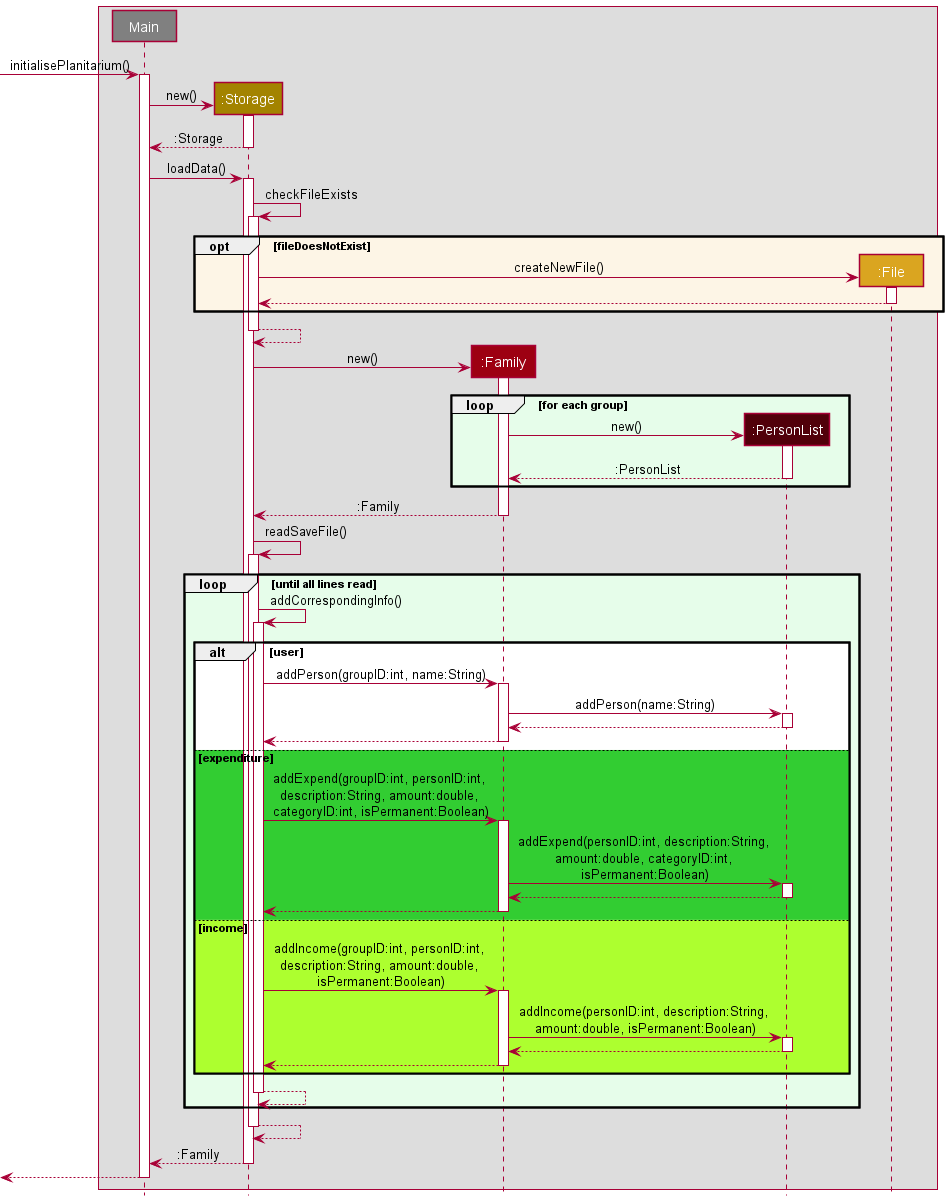
The PlantUML diagram docs/images/StorageLoadSequence.png in nus-cs2113-AY2122S2/tp, before a commit.
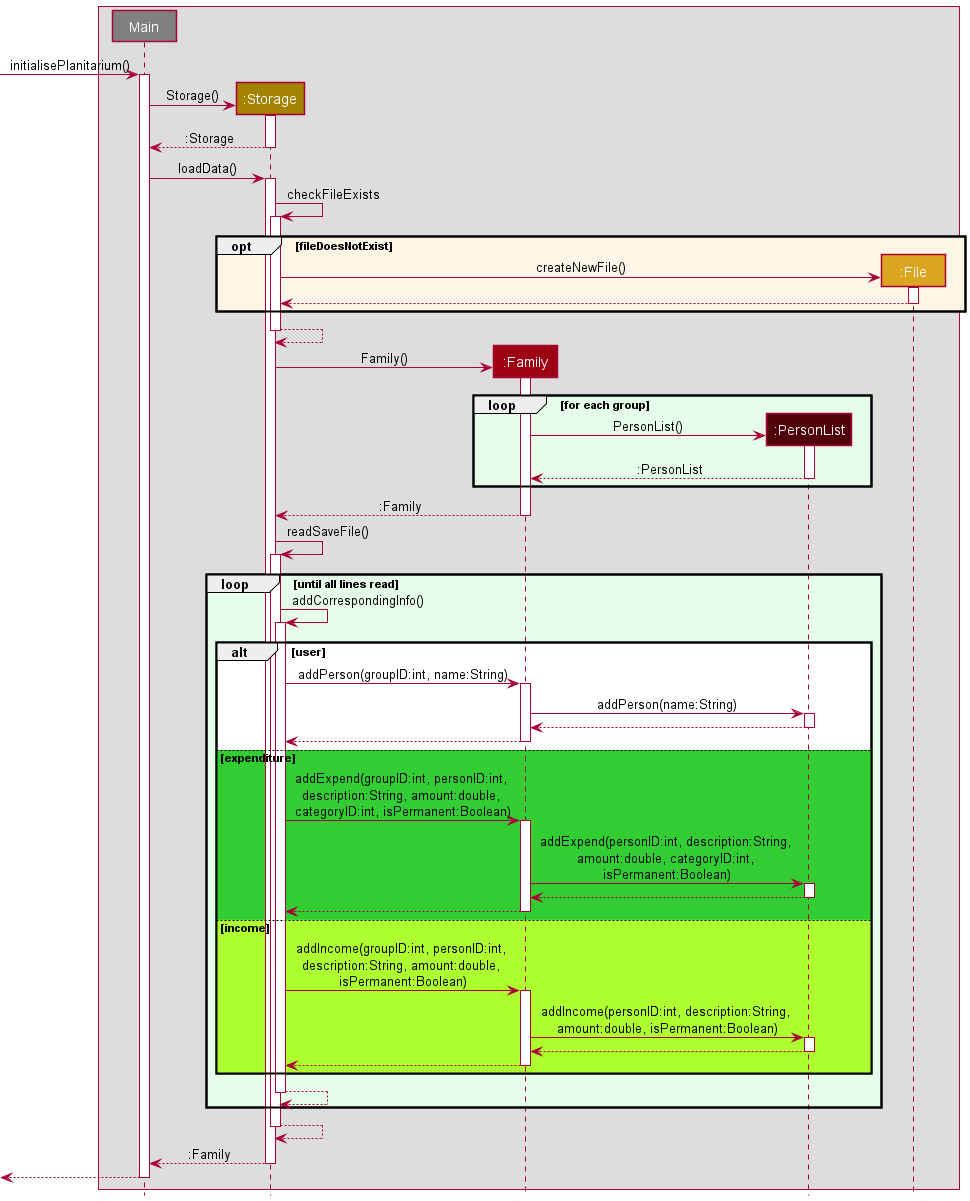
After the change.

Commit message:
Fix storage UML issue raised Added PPP

Diff of the diagram source:
```diff
@@ -12,7 +12,7 @@
 -> Main: initialisePlanitarium()
 activate Main
 create Storage
-Main -> Storage: new()
+Main -> Storage: Storage()
 activate Storage
 Storage --> Main: :Storage
 deactivate Storage
@@ -30,11 +30,11 @@
 Storage --> Storage
 deactivate Storage
 create Family
-Storage -> Family: new()
+Storage -> Family: Family()
 activate Family
 create PersonList
 loop LOOP_COLOR for each group
-Family -> PersonList : new()
+Family -> PersonList : PersonList()
 activate PersonList
 PersonList --> Family : :PersonList
 deactivate PersonList
```
